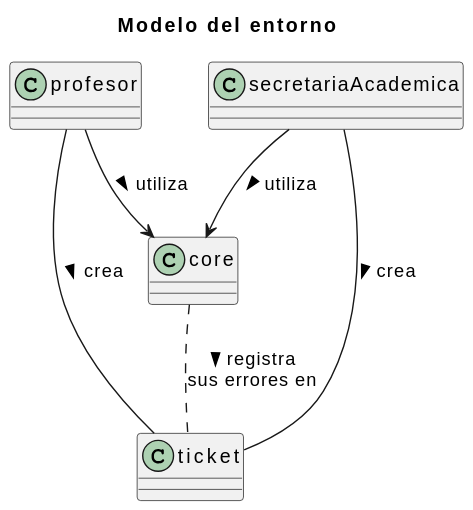
Before: imagenes/modelosUML/ModeloEntorno.svg, a diagram exported from PlantUML (mmasias/23-24-IdSw1-SDR).
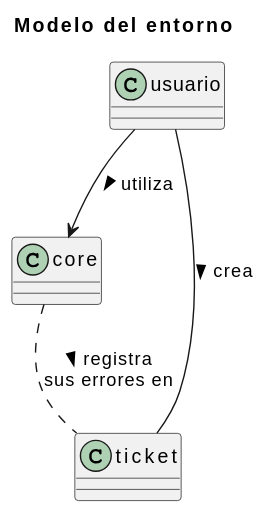
The same file after the commit.

Change to the diagram source:
```diff
@@ -1,8 +1,6 @@
 @startuml
 title Modelo del entorno
-profesor --> core : > utiliza
-secretariaAcademica --> core: > utiliza
-profesor -- ticket: > crea
-secretariaAcademica -- ticket: > crea
+usuario --> core : > utiliza
+usuario -- ticket: > crea
 core .. ticket : > registra\nsus errores en
 @enduml
```
